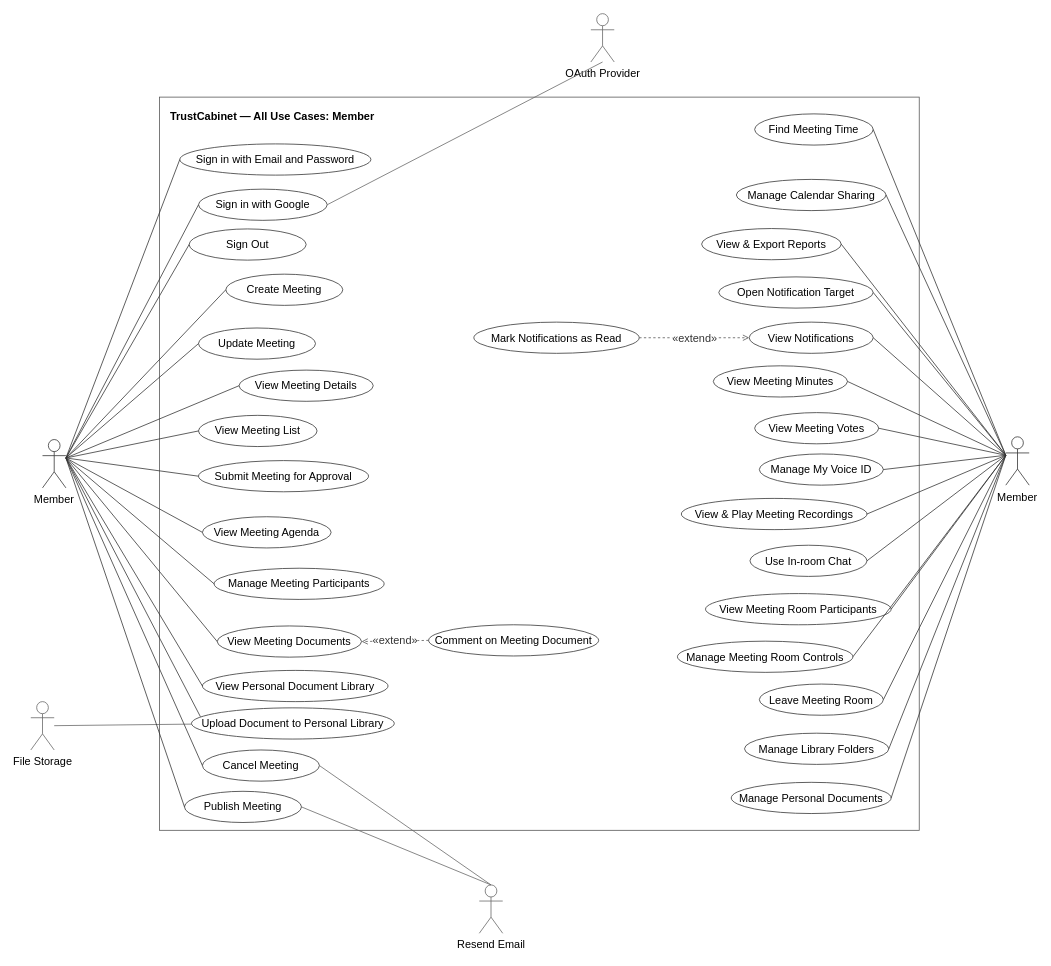
Earlier version of the draw.io diagram page "Member" (2 of 7) of docs/14-uc-diagram/trustcabinet-use-cases.drawio (callmehai/FU-FA26-G116). Source tidied: cells renumbered, new cells numbered last; positions are measured from the earlier drawing's top-left corner, leaving out a move shared by most shapes. Both pictures are drawn from the tidied source at 78%, with x=0, y=0 at pixel (30, 13).
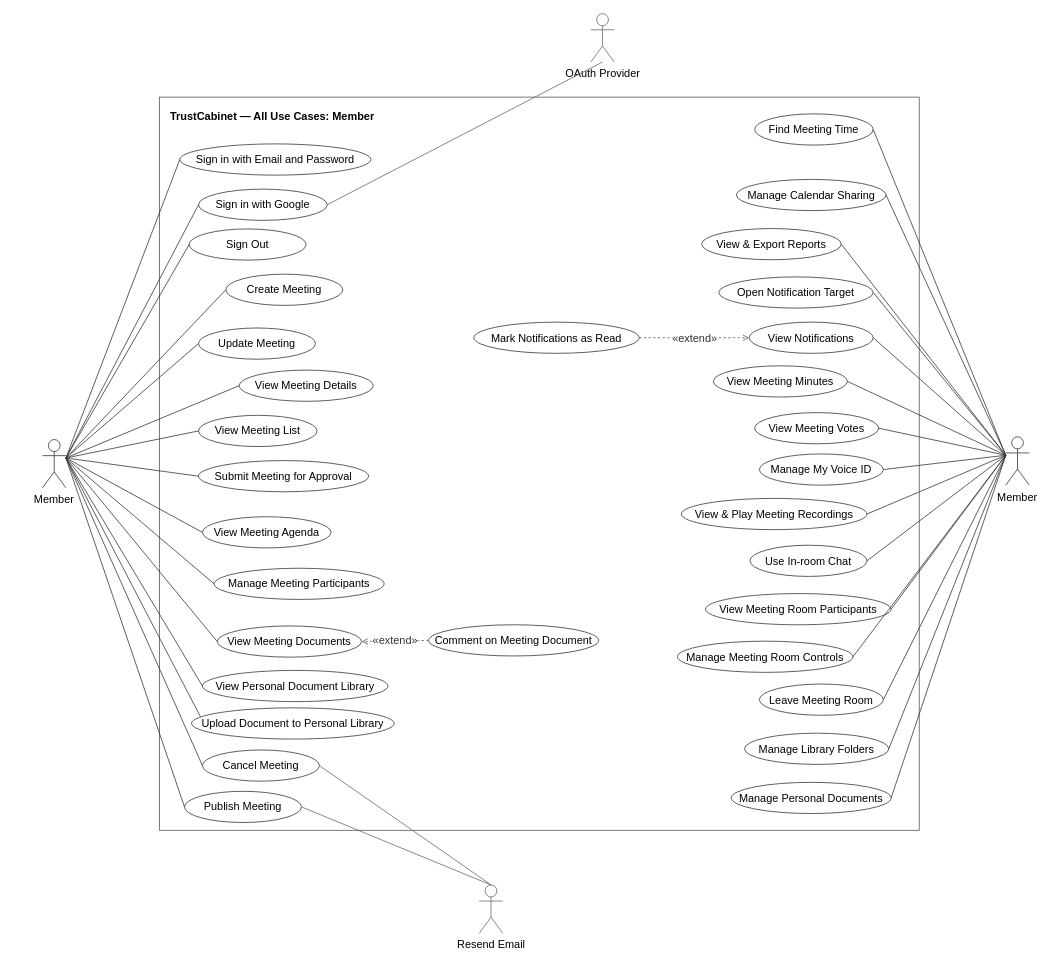
The same diagram, later.

The change refers to these unchanged cells:
```xml
<mxCell id="28" value="Upload Document to Personal Library" style="ellipse;whiteSpace=wrap;html=1;align=center;verticalAlign=middle;fontSize=14;strokeColor=#333333;fillColor=#ffffff;" parent="1" vertex="1">
  <mxGeometry x="206" y="890" width="260" height="40" as="geometry" />
</mxCell>
```

The edit, as a diff of the source:
```diff
@@
-    <mxCell id="38" value="File Storage" style="shape=umlActor;verticalLabelPosition=bottom;verticalAlign=top;html=1;outlineConnect=0;fillColor=#ffffff;strokeColor=#666666;fontSize=14;" parent="1" vertex="1">
-      <mxGeometry y="882" width="30" height="62" as="geometry" />
-    </mxCell>
@@
-    <mxCell id="43" style="rounded=0;strokeColor=#666666;html=1;strokeWidth=1;endArrow=none;startArrow=none;fontSize=14;" parent="1" edge="1" source="28" target="38">
-      <mxGeometry relative="1" as="geometry" />
-    </mxCell>
```
